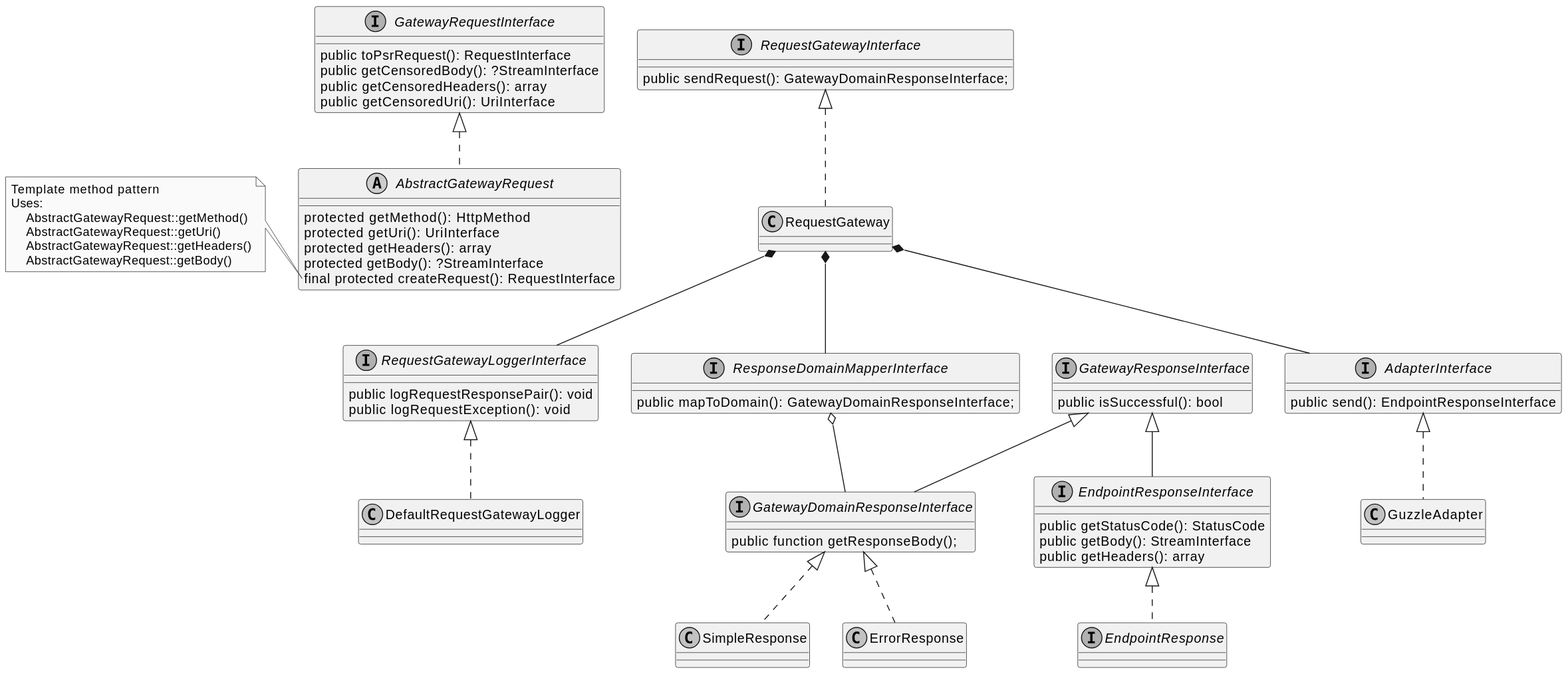
Before: docs/assets/img/service-layer-overview.svg, a diagram exported from PlantUML (profesia/service-layer).
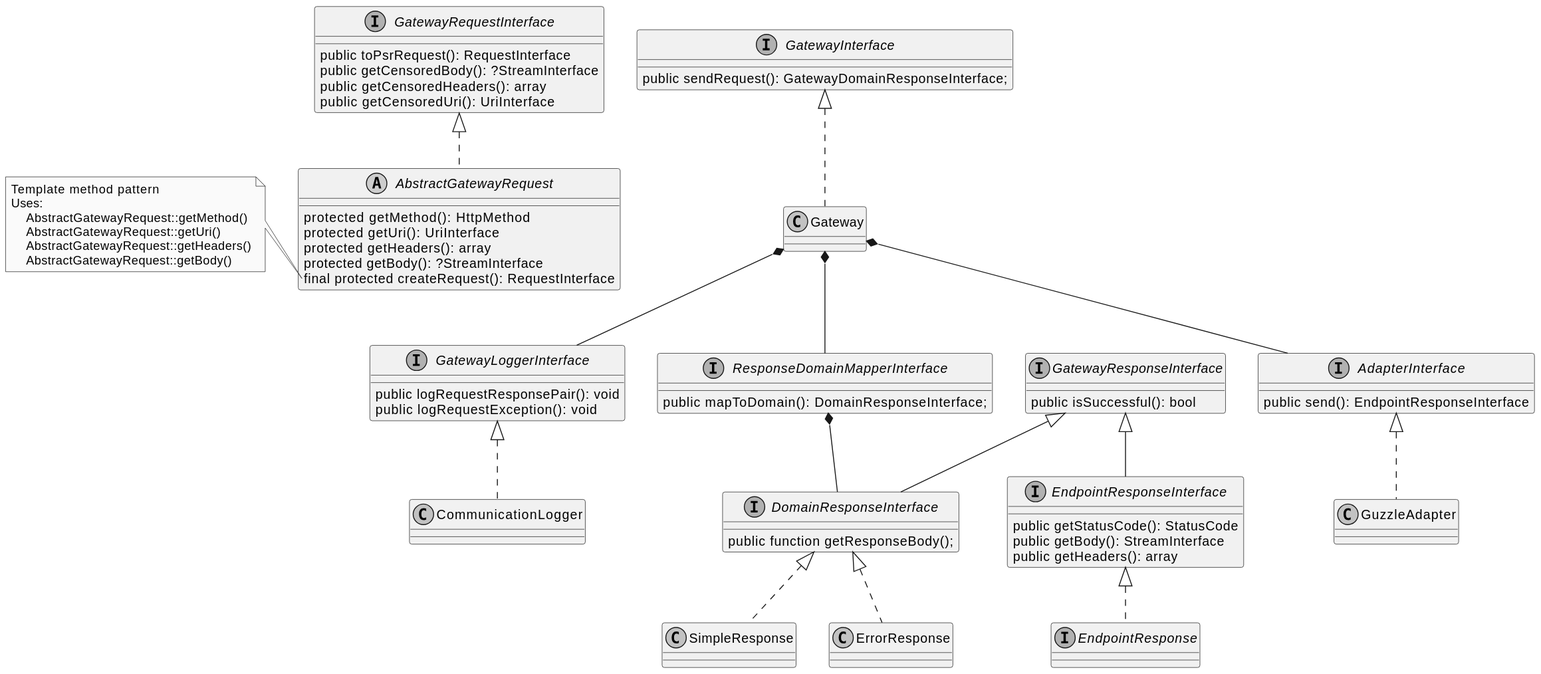
The same diagram one commit later.

What changed in the source:
```diff
@@ -17,11 +17,11 @@
     final protected createRequest(): RequestInterface
 }
 
-interface RequestGatewayInterface {
+interface GatewayInterface {
     public sendRequest(): GatewayDomainResponseInterface;
 }
 
-class RequestGateway {
+class Gateway {
 }
 
 interface GatewayResponseInterface {
@@ -37,7 +37,7 @@
 interface EndpointResponse {
 }
 
-interface GatewayDomainResponseInterface {
+interface DomainResponseInterface {
     public function getResponseBody();
 }
 
@@ -59,29 +59,29 @@
 }
 
 interface ResponseDomainMapperInterface {
-    public mapToDomain(): GatewayDomainResponseInterface;
+    public mapToDomain(): DomainResponseInterface;
 }
 
-interface RequestGatewayLoggerInterface {
+interface GatewayLoggerInterface {
     public logRequestResponsePair(): void
     public logRequestException(): void
 }
 
-class DefaultRequestGatewayLogger {
+class CommunicationLogger {
 }
 
 GatewayRequestInterface <|.. AbstractGatewayRequest
-RequestGatewayInterface <|.. RequestGateway
+GatewayInterface <|.. Gateway
 GatewayResponseInterface <|-- EndpointResponseInterface
-GatewayResponseInterface <|-- GatewayDomainResponseInterface
+GatewayResponseInterface <|-- DomainResponseInterface
 AdapterInterface <|.. GuzzleAdapter
-RequestGateway *-- AdapterInterface
-RequestGateway *-- ResponseDomainMapperInterface
-RequestGateway *-- RequestGatewayLoggerInterface
-ResponseDomainMapperInterface o-- GatewayDomainResponseInterface
-GatewayDomainResponseInterface <|.. ErrorResponse
-GatewayDomainResponseInterface <|.. SimpleResponse
+Gateway *-- AdapterInterface
+Gateway *-- ResponseDomainMapperInterface
+Gateway *-- GatewayLoggerInterface
+ResponseDomainMapperInterface *-- DomainResponseInterface
+DomainResponseInterface <|.. ErrorResponse
+DomainResponseInterface <|.. SimpleResponse
 EndpointResponseInterface <|.. EndpointResponse
-RequestGatewayLoggerInterface <|.. DefaultRequestGatewayLogger
+GatewayLoggerInterface <|.. CommunicationLogger
 
 @enduml
```
